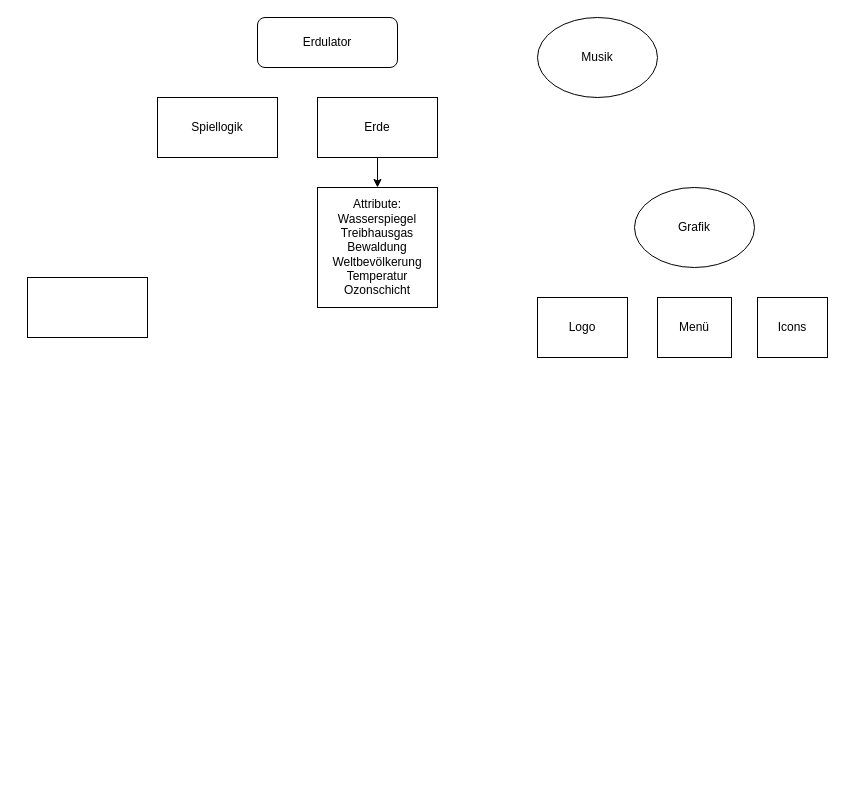
Above: Erdulator.drawio in dimitrod/Erdulator (draw.io), before the change. Source tidied: cells renumbered, new cells numbered last; positions are measured from the earlier drawing's top-left corner, leaving out a move shared by most shapes. Both pictures are drawn from the tidied source at 100%, with x=0, y=0 at pixel (27, 17).
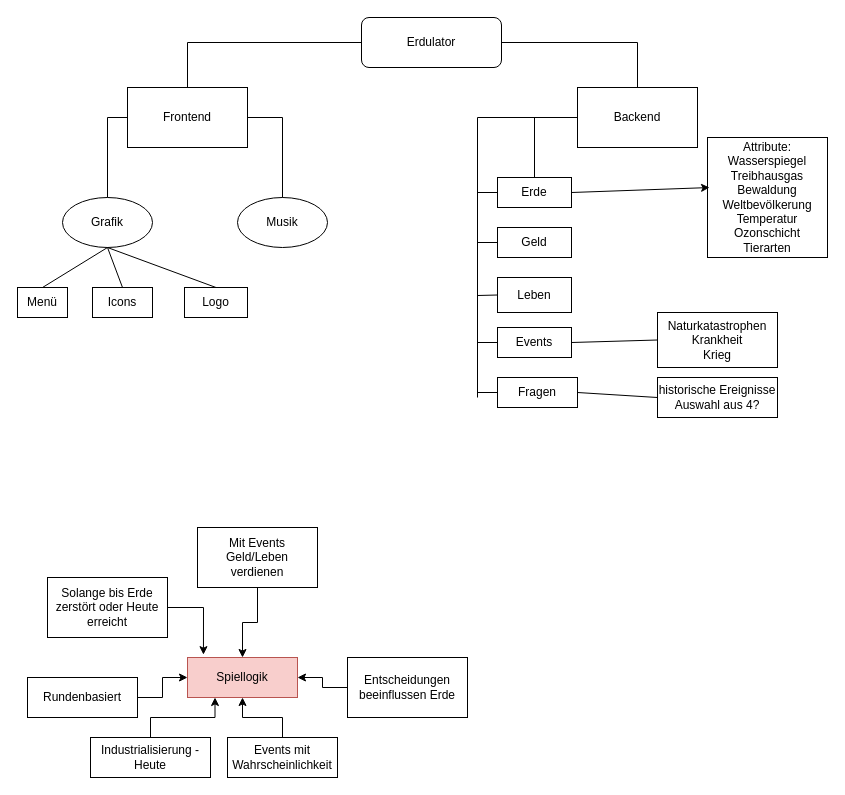
After the change.

Commit message:
Updated dings Diagramm

What changed in the source:
```diff
@@
     <mxCell id="2" value="Erdulator" style="rounded=1;whiteSpace=wrap;html=1;" parent="1" vertex="1">
-      <mxGeometry x="230" width="140" height="50" as="geometry" />
+      <mxGeometry x="334" width="140" height="50" as="geometry" />
     </mxCell>
     <mxCell id="3" value="Logo" style="rounded=0;whiteSpace=wrap;html=1;" parent="1" vertex="1">
-      <mxGeometry x="510" y="280" width="90" height="60" as="geometry" />
+      <mxGeometry x="157" y="270" width="63" height="30" as="geometry" />
     </mxCell>
     <mxCell id="4" value="Musik" style="ellipse;whiteSpace=wrap;html=1;" parent="1" vertex="1">
-      <mxGeometry x="510" width="120" height="80" as="geometry" />
+      <mxGeometry x="210" y="180" width="90" height="50" as="geometry" />
     </mxCell>
     <mxCell id="5" value="Grafik" style="ellipse;whiteSpace=wrap;html=1;" parent="1" vertex="1">
-      <mxGeometry x="607" y="170" width="120" height="80" as="geometry" />
+      <mxGeometry x="35" y="180" width="90" height="50" as="geometry" />
     </mxCell>
     <mxCell id="6" value="Icons" style="rounded=0;whiteSpace=wrap;html=1;" parent="1" vertex="1">
-      <mxGeometry x="730" y="280" width="70" height="60" as="geometry" />
+      <mxGeometry x="65" y="270" width="60" height="30" as="geometry" />
     </mxCell>
-    <mxCell id="7" value="Spiellogik" style="rounded=0;whiteSpace=wrap;html=1;" parent="1" vertex="1">
-      <mxGeometry x="130" y="80" width="120" height="60" as="geometry" />
+    <mxCell id="7" value="Spiellogik" style="rounded=0;whiteSpace=wrap;html=1;fillColor=#f8cecc;strokeColor=#b85450;" parent="1" vertex="1">
+      <mxGeometry x="160" y="640" width="110" height="40" as="geometry" />
     </mxCell>
-    <mxCell id="8" style="rounded=0;whiteSpace=wrap;html=1;" parent="1" vertex="1">
-      <mxGeometry y="260" width="120" height="60" as="geometry" />
+    <mxCell id="8" value="Backend" style="rounded=0;whiteSpace=wrap;html=1;" parent="1" vertex="1">
+      <mxGeometry x="550" y="70" width="120" height="60" as="geometry" />
     </mxCell>
     <mxCell id="9" value="Menü" style="rounded=0;whiteSpace=wrap;html=1;" parent="1" vertex="1">
-      <mxGeometry x="630" y="280" width="74" height="60" as="geometry" />
+      <mxGeometry x="-10" y="270" width="50" height="30" as="geometry" />
     </mxCell>
     <mxCell id="10" value="Erde" style="rounded=0;whiteSpace=wrap;html=1;" parent="1" vertex="1">
-      <mxGeometry x="290" y="80" width="120" height="60" as="geometry" />
+      <mxGeometry x="470" y="160" width="74" height="30" as="geometry" />
     </mxCell>
-    <mxCell id="11" value="Attribute:&lt;br&gt;Wasserspiegel&lt;br&gt;Treibhausgas&lt;br&gt;Bewaldung&lt;br&gt;Weltbevölkerung&lt;br&gt;Temperatur&lt;br&gt;Ozonschicht" style="rounded=0;whiteSpace=wrap;html=1;" parent="1" vertex="1">
-      <mxGeometry x="290" y="170" width="120" height="120" as="geometry" />
+    <mxCell id="11" value="Attribute:&lt;br&gt;Wasserspiegel&lt;br&gt;Treibhausgas&lt;br&gt;Bewaldung&lt;br&gt;Weltbevölkerung&lt;br&gt;Temperatur&lt;br&gt;Ozonschicht&lt;br&gt;Tierarten" style="rounded=0;whiteSpace=wrap;html=1;" parent="1" vertex="1">
+      <mxGeometry x="680" y="120" width="120" height="120" as="geometry" />
     </mxCell>
-    <mxCell id="12" style="endArrow=classic;html=1;rounded=0;exitX=0.5;exitY=1;exitDx=0;exitDy=0;entryX=0.5;entryY=0;entryDx=0;entryDy=0;" parent="1" edge="1" source="10" target="11">
+    <mxCell id="12" style="endArrow=classic;html=1;rounded=0;exitX=1;exitY=0.5;exitDx=0;exitDy=0;entryX=0.017;entryY=0.417;entryDx=0;entryDy=0;entryPerimeter=0;" parent="1" edge="1" source="10" target="11">
       <mxGeometry relative="1" as="geometry" />
     </mxCell>
+    <mxCell id="13" value="Frontend" style="rounded=0;whiteSpace=wrap;html=1;" parent="1" vertex="1">
+      <mxGeometry x="100" y="70" width="120" height="60" as="geometry" />
+    </mxCell>
+    <mxCell id="14" value="Geld" style="rounded=0;whiteSpace=wrap;html=1;" parent="1" vertex="1">
+      <mxGeometry x="470" y="210" width="74" height="30" as="geometry" />
+    </mxCell>
+    <mxCell id="15" value="Leben" style="rounded=0;whiteSpace=wrap;html=1;" parent="1" vertex="1">
+      <mxGeometry x="470" y="260" width="74" height="35" as="geometry" />
+    </mxCell>
+    <mxCell id="16" value="Events" style="rounded=0;whiteSpace=wrap;html=1;" parent="1" vertex="1">
+      <mxGeometry x="470" y="310" width="74" height="30" as="geometry" />
+    </mxCell>
+    <mxCell id="17" value="Naturkatastrophen&lt;br&gt;Krankheit&lt;br&gt;Krieg" style="rounded=0;whiteSpace=wrap;html=1;" parent="1" vertex="1">
+      <mxGeometry x="630" y="295" width="120" height="55" as="geometry" />
+    </mxCell>
+    <mxCell id="18" value="Fragen" style="rounded=0;whiteSpace=wrap;html=1;" parent="1" vertex="1">
+      <mxGeometry x="470" y="360" width="80" height="30" as="geometry" />
+    </mxCell>
+    <mxCell id="19" value="historische Ereignisse&lt;br&gt;Auswahl aus 4?" style="rounded=0;whiteSpace=wrap;html=1;" parent="1" vertex="1">
+      <mxGeometry x="630" y="360" width="120" height="40" as="geometry" />
+    </mxCell>
+    <mxCell id="20" style="endArrow=none;html=1;rounded=0;entryX=1;entryY=0.5;entryDx=0;entryDy=0;exitX=0;exitY=0.5;exitDx=0;exitDy=0;" parent="1" edge="1" source="17" target="16">
+      <mxGeometry relative="1" as="geometry" />
+    </mxCell>
+    <mxCell id="21" style="endArrow=none;html=1;rounded=0;entryX=1;entryY=0.5;entryDx=0;entryDy=0;exitX=0;exitY=0.5;exitDx=0;exitDy=0;" parent="1" edge="1" source="19" target="18">
+      <mxGeometry relative="1" as="geometry" />
+    </mxCell>
+    <mxCell id="22" style="edgeStyle=orthogonalEdgeStyle;rounded=0;jettySize=auto;html=1;entryX=0;entryY=0.5;entryDx=0;entryDy=0;" parent="1" edge="1" source="23" target="7">
+      <mxGeometry relative="1" as="geometry" />
+    </mxCell>
+    <mxCell id="23" value="Rundenbasiert" style="rounded=0;whiteSpace=wrap;html=1;" parent="1" vertex="1">
+      <mxGeometry y="660" width="110" height="40" as="geometry" />
+    </mxCell>
+    <mxCell id="24" style="edgeStyle=orthogonalEdgeStyle;rounded=0;jettySize=auto;html=1;entryX=0.25;entryY=1;entryDx=0;entryDy=0;" parent="1" edge="1" source="25" target="7">
+      <mxGeometry relative="1" as="geometry" />
+    </mxCell>
+    <mxCell id="25" value="Industrialisierung - Heute" style="rounded=0;whiteSpace=wrap;html=1;" parent="1" vertex="1">
+      <mxGeometry x="63" y="720" width="120" height="40" as="geometry" />
+    </mxCell>
+    <mxCell id="26" style="endArrow=none;html=1;rounded=0;entryX=0;entryY=0.5;entryDx=0;entryDy=0;exitX=0.5;exitY=0;exitDx=0;exitDy=0;" parent="1" edge="1" source="13" target="2">
+      <mxGeometry relative="1" as="geometry">
+        <Array as="points">
+          <mxPoint x="160" y="25" />
+        </Array>
+      </mxGeometry>
+    </mxCell>
+    <mxCell id="27" style="endArrow=none;html=1;rounded=0;entryX=1;entryY=0.5;entryDx=0;entryDy=0;exitX=0.5;exitY=0;exitDx=0;exitDy=0;" parent="1" edge="1" source="8" target="2">
+      <mxGeometry relative="1" as="geometry">
+        <Array as="points">
+          <mxPoint x="610" y="25" />
+        </Array>
+      </mxGeometry>
+    </mxCell>
+    <mxCell id="28" style="endArrow=none;html=1;rounded=0;entryX=0;entryY=0.5;entryDx=0;entryDy=0;exitX=0.5;exitY=0;exitDx=0;exitDy=0;" parent="1" edge="1" source="10" target="8">
+      <mxGeometry relative="1" as="geometry">
+        <Array as="points">
+          <mxPoint x="507" y="100" />
+        </Array>
+      </mxGeometry>
+    </mxCell>
+    <mxCell id="29" style="endArrow=none;html=1;rounded=0;" parent="1" edge="1">
+      <mxGeometry relative="1" as="geometry">
+        <mxPoint x="450" y="380" as="sourcePoint" />
+        <mxPoint x="450" y="100" as="targetPoint" />
+      </mxGeometry>
+    </mxCell>
+    <mxCell id="30" style="endArrow=none;html=1;rounded=0;" parent="1" edge="1">
+      <mxGeometry relative="1" as="geometry">
+        <mxPoint x="450" y="100" as="sourcePoint" />
+        <mxPoint x="510" y="100" as="targetPoint" />
+      </mxGeometry>
+    </mxCell>
+    <mxCell id="31" style="endArrow=none;html=1;rounded=0;exitX=0;exitY=0.5;exitDx=0;exitDy=0;" parent="1" edge="1" source="10">
+      <mxGeometry relative="1" as="geometry">
+        <mxPoint x="450" y="175" as="targetPoint" />
+      </mxGeometry>
+    </mxCell>
+    <mxCell id="32" style="endArrow=none;html=1;rounded=0;entryX=0;entryY=0.5;entryDx=0;entryDy=0;" parent="1" edge="1" target="14">
+      <mxGeometry relative="1" as="geometry">
+        <mxPoint x="450" y="225" as="sourcePoint" />
+      </mxGeometry>
+    </mxCell>
+    <mxCell id="33" style="endArrow=none;html=1;rounded=0;entryX=0;entryY=0.5;entryDx=0;entryDy=0;" parent="1" edge="1" target="15">
+      <mxGeometry relative="1" as="geometry">
+        <mxPoint x="450" y="278" as="sourcePoint" />
+      </mxGeometry>
+    </mxCell>
+    <mxCell id="34" style="endArrow=none;html=1;rounded=0;entryX=0;entryY=0.5;entryDx=0;entryDy=0;" parent="1" edge="1" target="16">
+      <mxGeometry relative="1" as="geometry">
+        <mxPoint x="450" y="325" as="sourcePoint" />
+      </mxGeometry>
+    </mxCell>
+    <mxCell id="35" style="endArrow=none;html=1;rounded=0;entryX=0;entryY=0.5;entryDx=0;entryDy=0;" parent="1" edge="1" target="18">
+      <mxGeometry relative="1" as="geometry">
+        <mxPoint x="450" y="375" as="sourcePoint" />
+      </mxGeometry>
+    </mxCell>
+    <mxCell id="36" style="endArrow=none;html=1;rounded=0;entryX=0;entryY=0.5;entryDx=0;entryDy=0;exitX=0.5;exitY=0;exitDx=0;exitDy=0;" parent="1" edge="1" source="5" target="13">
+      <mxGeometry relative="1" as="geometry">
+        <Array as="points">
+          <mxPoint x="80" y="100" />
+        </Array>
+      </mxGeometry>
+    </mxCell>
+    <mxCell id="37" style="endArrow=none;html=1;rounded=0;entryX=0.5;entryY=0;entryDx=0;entryDy=0;exitX=1;exitY=0.5;exitDx=0;exitDy=0;" parent="1" edge="1" source="13" target="4">
+      <mxGeometry relative="1" as="geometry">
+        <Array as="points">
+          <mxPoint x="255" y="100" />
+        </Array>
+      </mxGeometry>
+    </mxCell>
+    <mxCell id="38" style="endArrow=none;html=1;rounded=0;entryX=0.5;entryY=1;entryDx=0;entryDy=0;exitX=0.5;exitY=0;exitDx=0;exitDy=0;" parent="1" edge="1" source="9" target="5">
+      <mxGeometry relative="1" as="geometry" />
+    </mxCell>
+    <mxCell id="39" style="endArrow=none;html=1;rounded=0;exitX=0.5;exitY=0;exitDx=0;exitDy=0;entryX=0.5;entryY=1;entryDx=0;entryDy=0;" parent="1" edge="1" source="6" target="5">
+      <mxGeometry relative="1" as="geometry" />
+    </mxCell>
+    <mxCell id="40" style="endArrow=none;html=1;rounded=0;entryX=0.5;entryY=1;entryDx=0;entryDy=0;exitX=0.5;exitY=0;exitDx=0;exitDy=0;" parent="1" edge="1" source="3" target="5">
+      <mxGeometry relative="1" as="geometry" />
+    </mxCell>
+    <mxCell id="41" style="edgeStyle=orthogonalEdgeStyle;rounded=0;jettySize=auto;html=1;" parent="1" edge="1" source="42" target="7">
+      <mxGeometry relative="1" as="geometry" />
+    </mxCell>
+    <mxCell id="42" value="Events mit Wahrscheinlichkeit" style="rounded=0;whiteSpace=wrap;html=1;" parent="1" vertex="1">
+      <mxGeometry x="200" y="720" width="110" height="40" as="geometry" />
+    </mxCell>
+    <mxCell id="43" style="edgeStyle=orthogonalEdgeStyle;rounded=0;jettySize=auto;html=1;" parent="1" edge="1" source="44" target="7">
+      <mxGeometry relative="1" as="geometry" />
+    </mxCell>
+    <mxCell id="44" value="Entscheidungen beeinflussen Erde" style="rounded=0;whiteSpace=wrap;html=1;" parent="1" vertex="1">
+      <mxGeometry x="320" y="640" width="120" height="60" as="geometry" />
+    </mxCell>
+    <mxCell id="45" style="edgeStyle=orthogonalEdgeStyle;rounded=0;jettySize=auto;html=1;entryX=0.145;entryY=-0.071;entryDx=0;entryDy=0;entryPerimeter=0;" parent="1" edge="1" source="46" target="7">
+      <mxGeometry relative="1" as="geometry" />
+    </mxCell>
+    <mxCell id="46" value="Solange bis Erde zerstört oder Heute erreicht" style="rounded=0;whiteSpace=wrap;html=1;" parent="1" vertex="1">
+      <mxGeometry x="20" y="560" width="120" height="60" as="geometry" />
+    </mxCell>
+    <mxCell id="47" style="edgeStyle=orthogonalEdgeStyle;rounded=0;jettySize=auto;html=1;" parent="1" edge="1" source="48" target="7">
+      <mxGeometry relative="1" as="geometry" />
+    </mxCell>
+    <mxCell id="48" value="Mit Events Geld/Leben verdienen" style="rounded=0;whiteSpace=wrap;html=1;" parent="1" vertex="1">
+      <mxGeometry x="170" y="510" width="120" height="60" as="geometry" />
+    </mxCell>
```
